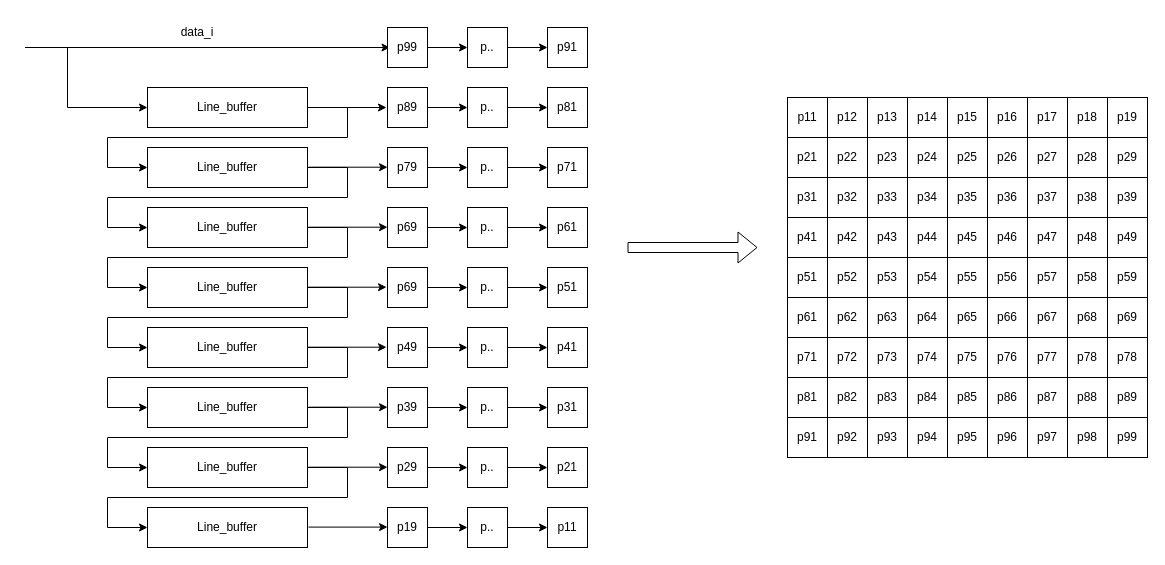
Hieuueihm/Thesis keeps this draw.io diagram as Draw/PreparationModules/Preparation.drawio. Above is the earlier version. Source tidied: cells renumbered, new cells numbered last; positions are measured from the earlier drawing's top-left corner, leaving out a move shared by most shapes. Both pictures are drawn from the tidied source at 100%, with x=0, y=0 at pixel (25, 17).
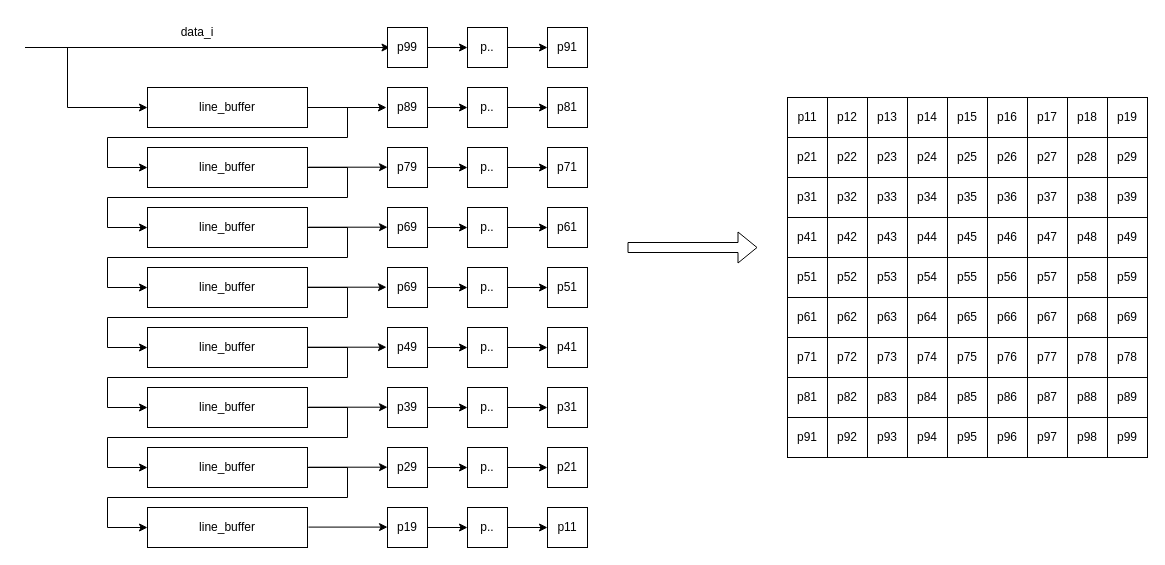
After the change.

The edit, as a diff of the source:
```diff
@@
-    <mxCell id="4" value="Line_buffer" style="rounded=0;whiteSpace=wrap;html=1;" parent="1" vertex="1">
+    <mxCell id="4" value="line_buffer" style="rounded=0;whiteSpace=wrap;html=1;" parent="1" vertex="1">
       <mxGeometry x="122" y="70" width="160" height="40" as="geometry" />
     </mxCell>
-    <mxCell id="5" value="Line_buffer" style="rounded=0;whiteSpace=wrap;html=1;" parent="1" vertex="1">
+    <mxCell id="5" value="line_buffer" style="rounded=0;whiteSpace=wrap;html=1;" parent="1" vertex="1">
       <mxGeometry x="122" y="130" width="160" height="40" as="geometry" />
     </mxCell>
-    <mxCell id="6" value="Line_buffer" style="rounded=0;whiteSpace=wrap;html=1;" parent="1" vertex="1">
+    <mxCell id="6" value="line_buffer" style="rounded=0;whiteSpace=wrap;html=1;" parent="1" vertex="1">
       <mxGeometry x="122" y="190" width="160" height="40" as="geometry" />
     </mxCell>
-    <mxCell id="7" value="Line_buffer" style="rounded=0;whiteSpace=wrap;html=1;" parent="1" vertex="1">
+    <mxCell id="7" value="line_buffer" style="rounded=0;whiteSpace=wrap;html=1;" parent="1" vertex="1">
       <mxGeometry x="122" y="250" width="160" height="40" as="geometry" />
     </mxCell>
-    <mxCell id="8" value="Line_buffer" style="rounded=0;whiteSpace=wrap;html=1;" parent="1" vertex="1">
+    <mxCell id="8" value="line_buffer" style="rounded=0;whiteSpace=wrap;html=1;" parent="1" vertex="1">
       <mxGeometry x="122" y="310" width="160" height="40" as="geometry" />
     </mxCell>
-    <mxCell id="9" value="Line_buffer" style="rounded=0;whiteSpace=wrap;html=1;" parent="1" vertex="1">
+    <mxCell id="9" value="line_buffer" style="rounded=0;whiteSpace=wrap;html=1;" parent="1" vertex="1">
       <mxGeometry x="122" y="370" width="160" height="40" as="geometry" />
     </mxCell>
-    <mxCell id="10" value="Line_buffer" style="rounded=0;whiteSpace=wrap;html=1;" parent="1" vertex="1">
+    <mxCell id="10" value="line_buffer" style="rounded=0;whiteSpace=wrap;html=1;" parent="1" vertex="1">
       <mxGeometry x="122" y="430" width="160" height="40" as="geometry" />
     </mxCell>
-    <mxCell id="11" value="Line_buffer" style="rounded=0;whiteSpace=wrap;html=1;" parent="1" vertex="1">
+    <mxCell id="11" value="line_buffer" style="rounded=0;whiteSpace=wrap;html=1;" parent="1" vertex="1">
       <mxGeometry x="122" y="490" width="160" height="40" as="geometry" />
     </mxCell>
```
